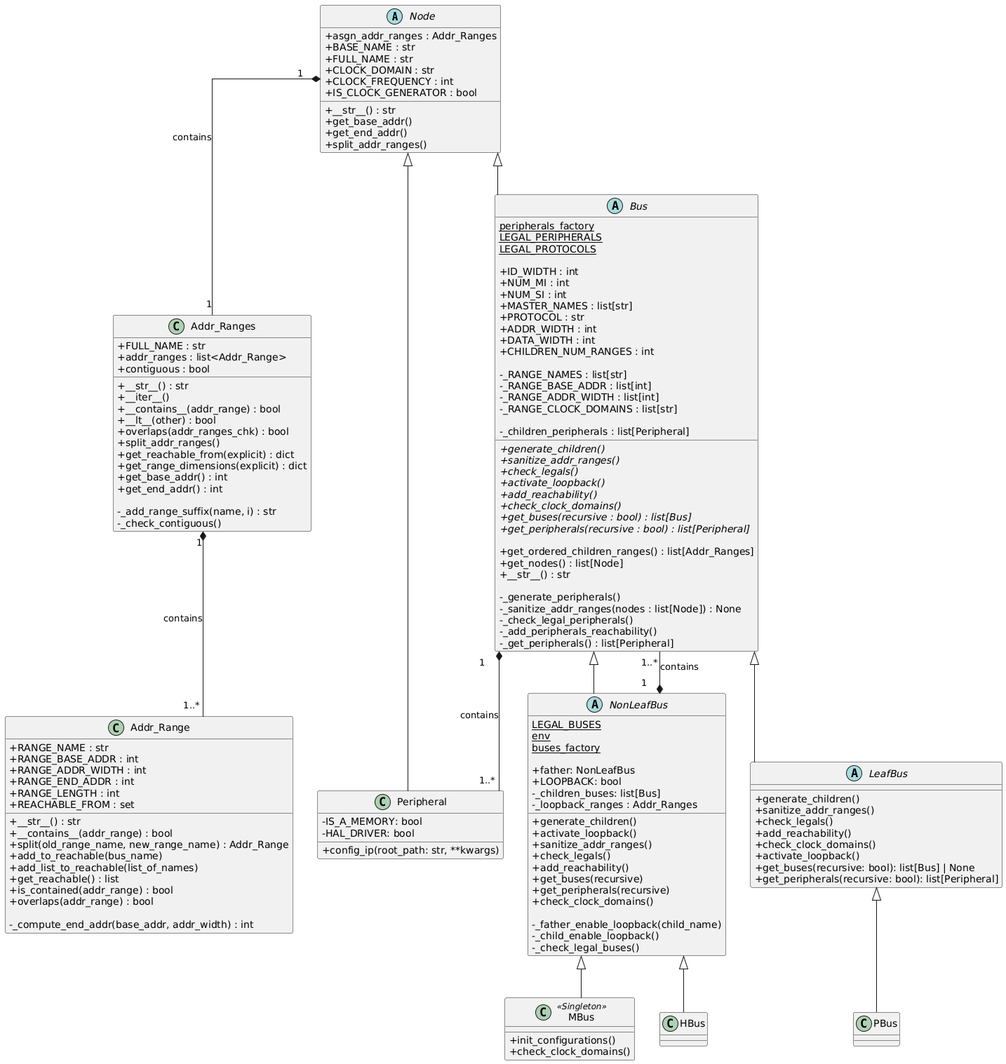
Above: config/doc/uml/main.png in HiSA-Team/Simply-V (PlantUML), before the change.
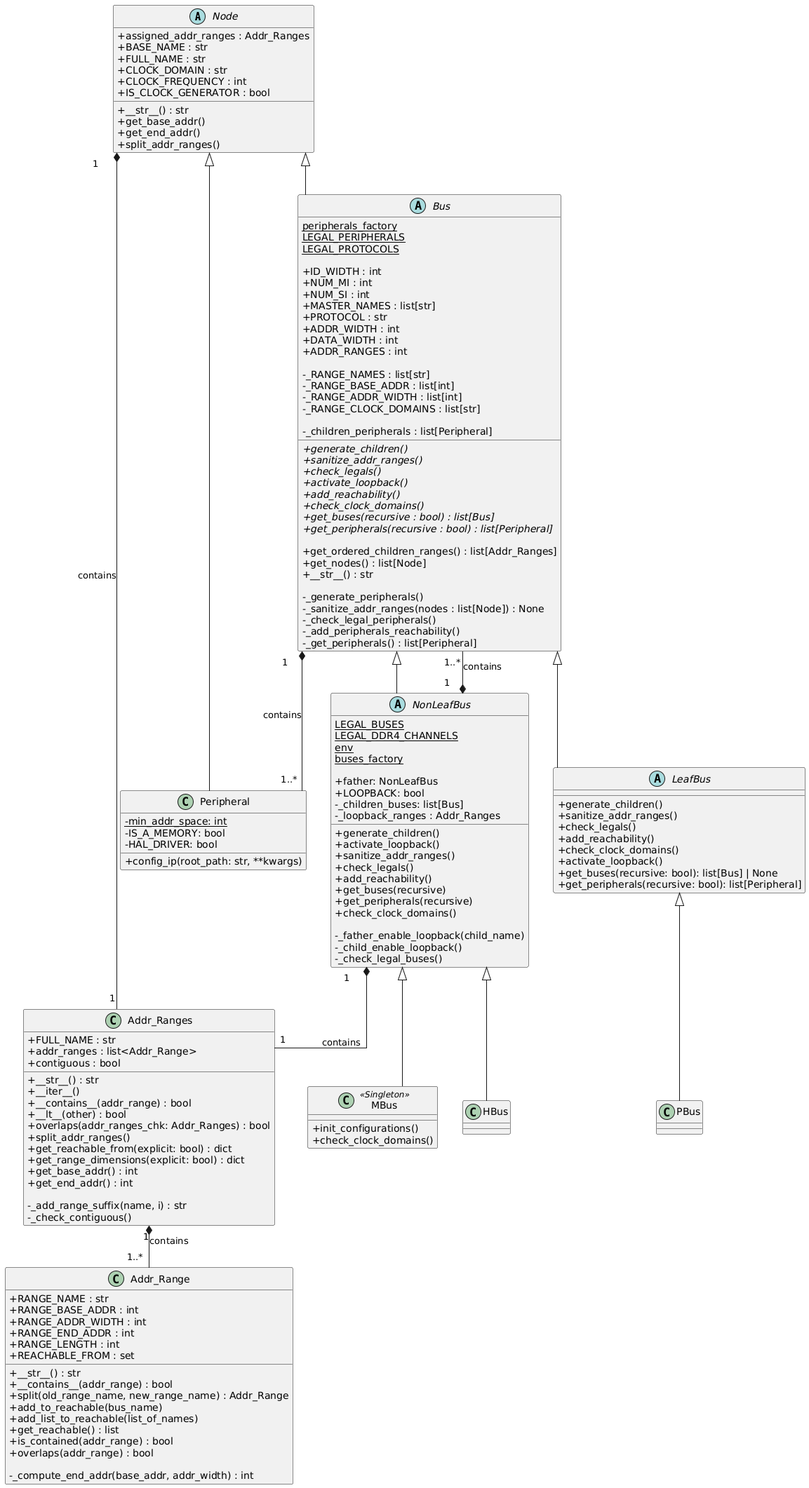
Later version of the same file.

The edit, as a diff of the source:
```diff
@@ -5,7 +5,7 @@
 
 
 abstract class Node {
-    + asgn_addr_ranges : Addr_Ranges
+    + assigned_addr_ranges : Addr_Ranges
     + BASE_NAME : str
     + FULL_NAME : str
     + CLOCK_DOMAIN : str
@@ -51,10 +51,10 @@
     +__iter__()
     +__contains__(addr_range) : bool
     +__lt__(other) : bool
-    +overlaps(addr_ranges_chk) : bool
+    +overlaps(addr_ranges_chk: Addr_Ranges) : bool
     +split_addr_ranges()
-    +get_reachable_from(explicit) : dict
-    +get_range_dimensions(explicit) : dict
+    +get_reachable_from(explicit: bool) : dict
+    +get_range_dimensions(explicit: bool) : dict
     +get_base_addr() : int
     +get_end_addr() : int
 
@@ -64,6 +64,7 @@
 
 
 class Peripheral {
+    -{static} min_addr_space: int
     - IS_A_MEMORY: bool
     - HAL_DRIVER: bool
     + config_ip(root_path: str, **kwargs)
@@ -83,7 +84,7 @@
     +PROTOCOL : str
     +ADDR_WIDTH : int
     +DATA_WIDTH : int
-    +CHILDREN_NUM_RANGES : int
+    +ADDR_RANGES : int
 
     -_RANGE_NAMES : list[str]
     -_RANGE_BASE_ADDR : list[int]
@@ -113,6 +114,7 @@
 
 abstract class NonLeafBus {
   {static} LEGAL_BUSES
+  {static} LEGAL_DDR4_CHANNELS
   {static} env
   {static} buses_factory
 
@@ -164,6 +166,7 @@
 Node <|-- Peripheral
 
 NonLeafBus "1     " *-- "1..* " Bus : contains
+NonLeafBus "1     " *-- "1 " Addr_Ranges : contains
 Addr_Ranges "1" *-- "1..*  " Addr_Range : contains
 Node "1    " *-- " 1" Addr_Ranges : contains
 Bus "1    " *-- " 1..*     " Peripheral : contains
```
